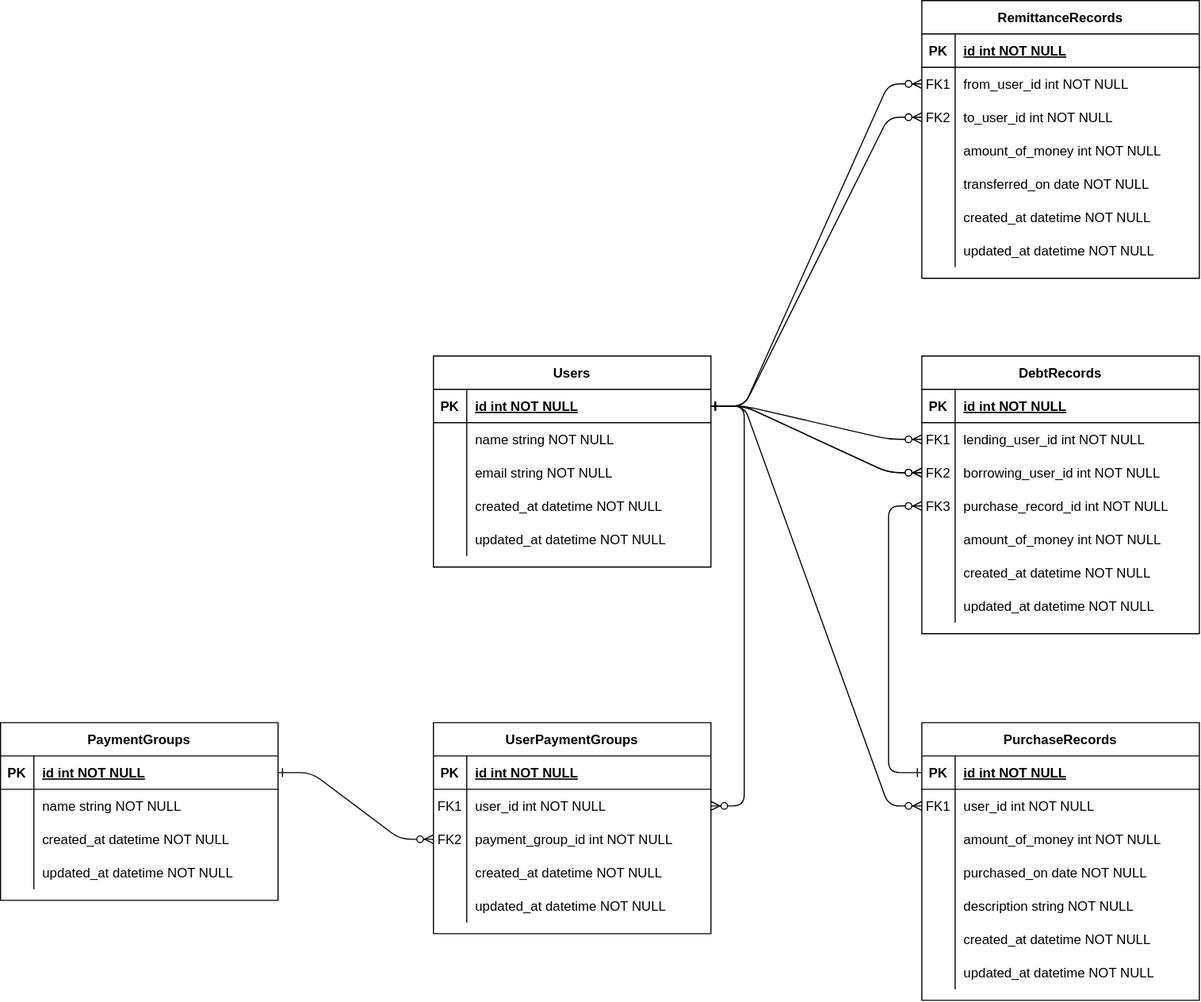
The draw.io diagram er-diagram/er.svg in a-yossy/dutch_account, before a commit. Source tidied: cells renumbered, new cells last; positions are measured from the earlier drawing's top-left corner, leaving out a move shared by most shapes.
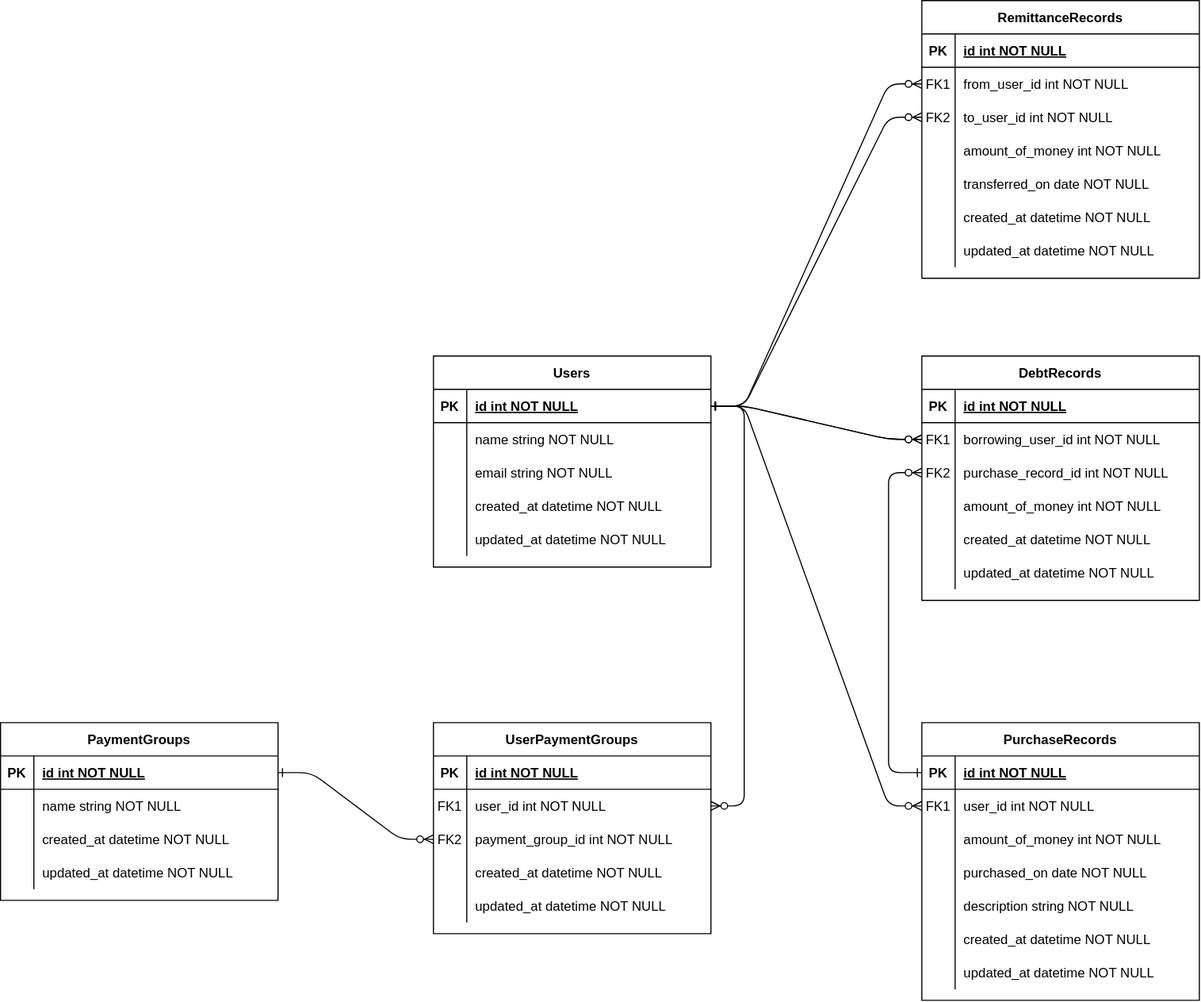
The same file after the commit.

Commit message:
feat: 不要なカラム削除

The edit, as a diff of the source:
```diff
@@ -290,7 +290,7 @@
       <mxGeometry relative="1" as="geometry" />
     </mxCell>
     <mxCell id="97" value="DebtRecords" style="shape=table;startSize=30;rowLines=0;fontStyle=1;align=center;" parent="1" vertex="1">
-      <mxGeometry x="830" y="320" width="250" height="250" as="geometry" />
+      <mxGeometry x="830" y="320" width="250" height="220" as="geometry" />
     </mxCell>
     <mxCell id="98" style="shape=partialRectangle;fillColor=none;top=0;left=0;right=0;bottom=1;" parent="97" vertex="1">
       <mxGeometry y="30" width="250" height="30" as="geometry" />
@@ -301,35 +301,26 @@
     <mxCell id="100" value="id int NOT NULL " style="shape=partialRectangle;overflow=hidden;fillColor=none;top=0;left=0;bottom=0;right=0;align=left;spacingLeft=6;fontStyle=5;" parent="98" vertex="1">
       <mxGeometry x="30" width="220" height="30" as="geometry" />
     </mxCell>
-    <mxCell id="101" style="shape=partialRectangle;fillColor=none;points=[[0,0.5],[1,0.5]];portConstraint=eastwest;top=0;left=0;right=0;bottom=0;" parent="97" vertex="1">
-      <mxGeometry y="60" width="250" height="30" as="geometry" />
-    </mxCell>
-    <mxCell id="102" value="FK1" style="shape=partialRectangle;overflow=hidden;fillColor=none;top=0;left=0;bottom=0;right=0;" parent="101" vertex="1">
-      <mxGeometry width="30" height="30" as="geometry" />
-    </mxCell>
-    <mxCell id="103" value="lending_user_id int NOT NULL" style="shape=partialRectangle;overflow=hidden;fillColor=none;top=0;left=0;bottom=0;right=0;align=left;spacingLeft=6;" parent="101" vertex="1">
-      <mxGeometry x="30" width="220" height="30" as="geometry" />
-    </mxCell>
     <mxCell id="104" style="shape=partialRectangle;fillColor=none;points=[[0,0.5],[1,0.5]];portConstraint=eastwest;top=0;left=0;right=0;bottom=0;" parent="97" vertex="1">
-      <mxGeometry y="90" width="250" height="30" as="geometry" />
+      <mxGeometry y="60" width="250" height="30" as="geometry" />
     </mxCell>
-    <mxCell id="105" value="FK2" style="shape=partialRectangle;overflow=hidden;fillColor=none;top=0;left=0;bottom=0;right=0;" parent="104" vertex="1">
+    <mxCell id="105" value="FK1" style="shape=partialRectangle;overflow=hidden;fillColor=none;top=0;left=0;bottom=0;right=0;" parent="104" vertex="1">
       <mxGeometry width="30" height="30" as="geometry" />
     </mxCell>
     <mxCell id="106" value="borrowing_user_id int NOT NULL" style="shape=partialRectangle;overflow=hidden;fillColor=none;top=0;left=0;bottom=0;right=0;align=left;spacingLeft=6;" parent="104" vertex="1">
       <mxGeometry x="30" width="220" height="30" as="geometry" />
     </mxCell>
     <mxCell id="107" style="shape=partialRectangle;fillColor=none;points=[[0,0.5],[1,0.5]];portConstraint=eastwest;top=0;left=0;right=0;bottom=0;" parent="97" vertex="1">
-      <mxGeometry y="120" width="250" height="30" as="geometry" />
+      <mxGeometry y="90" width="250" height="30" as="geometry" />
     </mxCell>
-    <mxCell id="108" value="FK3" style="shape=partialRectangle;overflow=hidden;fillColor=none;top=0;left=0;bottom=0;right=0;" parent="107" vertex="1">
+    <mxCell id="108" value="FK2" style="shape=partialRectangle;overflow=hidden;fillColor=none;top=0;left=0;bottom=0;right=0;" parent="107" vertex="1">
       <mxGeometry width="30" height="30" as="geometry" />
     </mxCell>
     <mxCell id="109" value="purchase_record_id int NOT NULL" style="shape=partialRectangle;overflow=hidden;fillColor=none;top=0;left=0;bottom=0;right=0;align=left;spacingLeft=6;" parent="107" vertex="1">
       <mxGeometry x="30" width="220" height="30" as="geometry" />
     </mxCell>
     <mxCell id="110" style="shape=partialRectangle;fillColor=none;top=0;left=0;right=0;bottom=0;" parent="97" vertex="1">
-      <mxGeometry y="150" width="250" height="30" as="geometry" />
+      <mxGeometry y="120" width="250" height="30" as="geometry" />
     </mxCell>
     <mxCell id="111" style="shape=partialRectangle;overflow=hidden;fillColor=none;top=0;left=0;bottom=0;right=0;" parent="110" vertex="1">
       <mxGeometry width="30" height="30" as="geometry" />
@@ -338,7 +329,7 @@
       <mxGeometry x="30" width="220" height="30" as="geometry" />
     </mxCell>
     <mxCell id="113" style="shape=partialRectangle;fillColor=none;top=0;left=0;right=0;bottom=0;" parent="97" vertex="1">
-      <mxGeometry y="180" width="250" height="30" as="geometry" />
+      <mxGeometry y="150" width="250" height="30" as="geometry" />
     </mxCell>
     <mxCell id="114" style="shape=partialRectangle;overflow=hidden;fillColor=none;top=0;left=0;bottom=0;right=0;" parent="113" vertex="1">
       <mxGeometry width="30" height="30" as="geometry" />
@@ -347,7 +338,7 @@
       <mxGeometry x="30" width="220" height="30" as="geometry" />
     </mxCell>
     <mxCell id="116" style="shape=partialRectangle;fillColor=none;top=0;left=0;right=0;bottom=0;" parent="97" vertex="1">
-      <mxGeometry y="210" width="250" height="30" as="geometry" />
+      <mxGeometry y="180" width="250" height="30" as="geometry" />
     </mxCell>
     <mxCell id="117" style="shape=partialRectangle;overflow=hidden;fillColor=none;top=0;left=0;bottom=0;right=0;" parent="116" vertex="1">
       <mxGeometry width="30" height="30" as="geometry" />
@@ -369,8 +360,5 @@
     <mxCell id="121" style="edgeStyle=entityRelationEdgeStyle;endArrow=ERzeroToMany;startArrow=ERone;endFill=1;startFill=0;jumpStyle=gap;" parent="1" edge="1" source="33" target="104">
       <mxGeometry relative="1" as="geometry" />
     </mxCell>
-    <mxCell id="122" style="edgeStyle=entityRelationEdgeStyle;endArrow=ERzeroToMany;startArrow=ERone;endFill=1;startFill=0;jumpStyle=gap;" parent="1" edge="1" source="33" target="101">
-      <mxGeometry relative="1" as="geometry" />
-    </mxCell>
   </root>
 </mxGraphModel>
```
